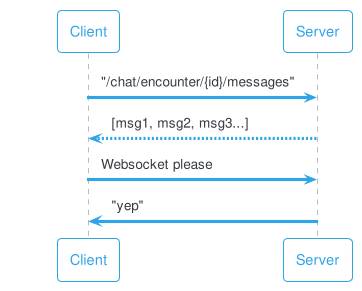
Before: 15-des/img/seq.png, a diagram exported from PlantUML (commed-it/docs).
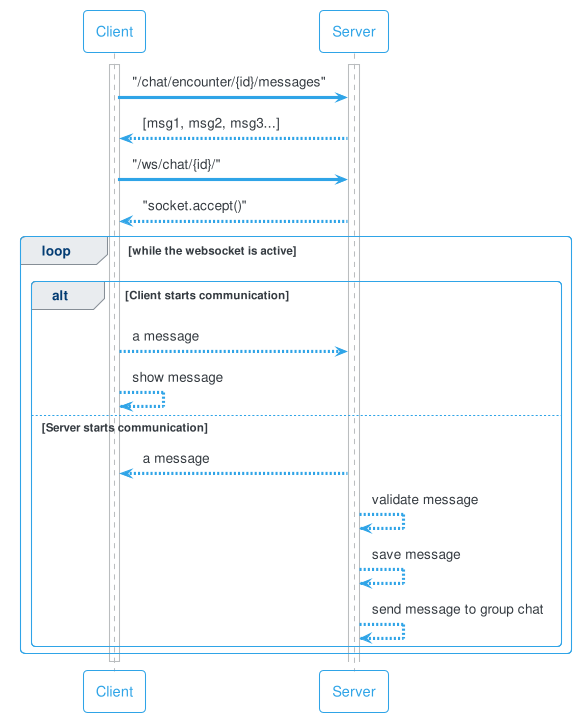
After the commit.

Change to the diagram source:
```diff
@@ -1,7 +1,21 @@
 @startuml
 !theme cerulean-outline
+activate Client
+activate Server
 Client -> Server: "/chat/encounter/{id}/messages"
 Server --> Client : [msg1, msg2, msg3...]
-Client -> Server: Websocket please
-Server -> Client: "yep"
+Client -> Server:  "/ws/chat/{id}/"
+Server --> Client: "socket.accept()"
+loop while the websocket is active
+    alt Client starts communication
+        Client --> Server: a message
+        Client --> Client: show message
+    else Server starts communication
+        Server --> Client: a message
+        Server --> Server: validate message
+        Server --> Server: save message
+        Server --> Server: send message to group chat
+    end
+end
+deactivate Client
 @enduml
```
